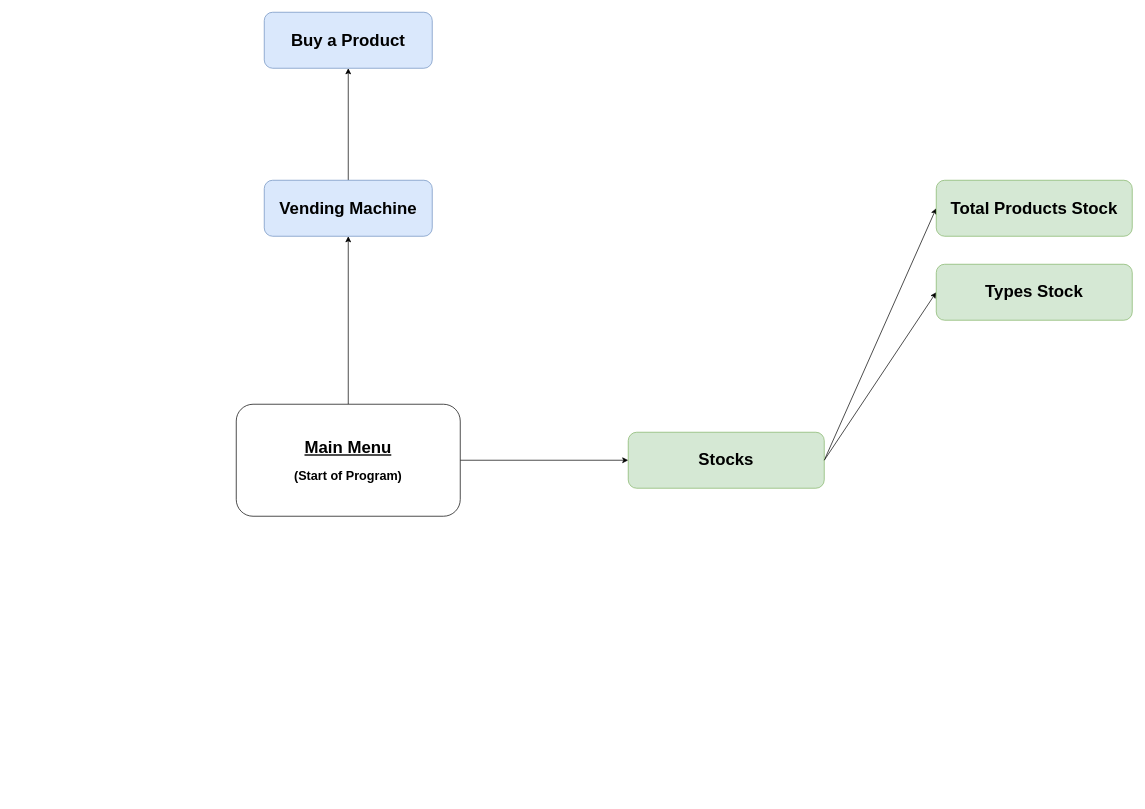
The draw.io diagram AlgoritmoseEstruturasdeDados/5.ProjetoFinal/Map.drawio in GendPh/Tesp, before the edit. Source tidied: cells renumbered, new cells numbered last; positions are measured from the earlier drawing's top-left corner, leaving out a move shared by most shapes. Both pictures are drawn from the tidied source at 70%, with x=0, y=0 at pixel (236, 12).
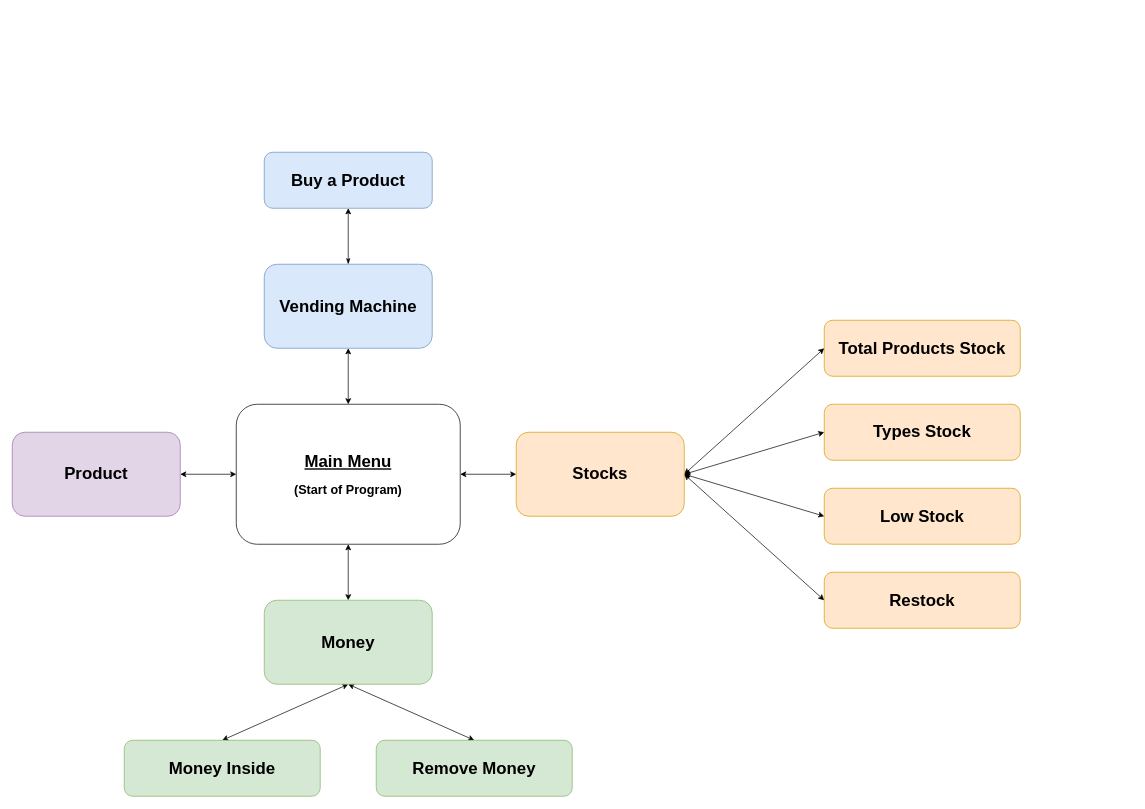
After the change.

Diff of the diagram source:
```diff
@@
-    <mxCell id="2" style="edgeStyle=orthogonalEdgeStyle;rounded=0;jettySize=auto;html=1;exitX=0.5;exitY=0;exitDx=0;exitDy=0;entryX=0.5;entryY=1;entryDx=0;entryDy=0;" parent="1" edge="1" source="4" target="6">
+    <mxCell id="2" style="edgeStyle=orthogonalEdgeStyle;rounded=0;jettySize=auto;html=1;exitX=0.5;exitY=0;exitDx=0;exitDy=0;entryX=0.5;entryY=1;entryDx=0;entryDy=0;startArrow=classic;startFill=1;" parent="1" edge="1" source="4" target="6">
       <mxGeometry relative="1" as="geometry" />
     </mxCell>
-    <mxCell id="3" style="edgeStyle=orthogonalEdgeStyle;rounded=0;jettySize=auto;html=1;entryX=0;entryY=0.5;entryDx=0;entryDy=0;" parent="1" edge="1" source="4" target="9">
+    <mxCell id="3" style="edgeStyle=orthogonalEdgeStyle;rounded=0;jettySize=auto;html=1;entryX=0;entryY=0.5;entryDx=0;entryDy=0;startArrow=classic;startFill=1;" parent="1" edge="1" source="4" target="9">
       <mxGeometry relative="1" as="geometry" />
     </mxCell>
+    <mxCell id="13" style="rounded=0;jettySize=auto;html=1;entryX=0.5;entryY=0;entryDx=0;entryDy=0;startArrow=classic;startFill=1;" parent="1" edge="1" source="4" target="21">
+      <mxGeometry relative="1" as="geometry" />
+    </mxCell>
+    <mxCell id="14" style="rounded=0;jettySize=auto;html=1;entryX=1;entryY=0.5;entryDx=0;entryDy=0;startArrow=classic;startFill=1;" parent="1" edge="1" source="4" target="24">
+      <mxGeometry relative="1" as="geometry" />
+    </mxCell>
     <mxCell id="4" value="&lt;h1&gt;&lt;u&gt;Main Menu&lt;/u&gt;&lt;/h1&gt;&lt;h2&gt;(Start of Program)&lt;/h2&gt;" style="rounded=1;whiteSpace=wrap;html=1;" parent="1" vertex="1">
-      <mxGeometry y="560" width="320" height="160" as="geometry" />
+      <mxGeometry y="560" width="320" height="200" as="geometry" />
     </mxCell>
-    <mxCell id="5" style="edgeStyle=orthogonalEdgeStyle;rounded=0;jettySize=auto;html=1;entryX=0.5;entryY=1;entryDx=0;entryDy=0;" parent="1" edge="1" source="6" target="7">
+    <mxCell id="5" style="edgeStyle=orthogonalEdgeStyle;rounded=0;jettySize=auto;html=1;entryX=0.5;entryY=1;entryDx=0;entryDy=0;startArrow=classicThin;startFill=1;" parent="1" edge="1" source="6" target="7">
       <mxGeometry relative="1" as="geometry" />
     </mxCell>
     <mxCell id="6" value="&lt;h1&gt;Vending Machine&lt;/h1&gt;" style="rounded=1;whiteSpace=wrap;html=1;fillColor=#dae8fc;strokeColor=#6c8ebf;" parent="1" vertex="1">
-      <mxGeometry x="40" y="240" width="240" height="80" as="geometry" />
+      <mxGeometry x="40" y="360" width="240" height="120" as="geometry" />
     </mxCell>
     <mxCell id="7" value="&lt;h1&gt;Buy a Product&lt;/h1&gt;" style="rounded=1;whiteSpace=wrap;html=1;fillColor=#dae8fc;strokeColor=#6c8ebf;" parent="1" vertex="1">
-      <mxGeometry x="40" width="240" height="80" as="geometry" />
+      <mxGeometry x="40" y="200" width="240" height="80" as="geometry" />
     </mxCell>
-    <mxCell id="8" style="rounded=0;jettySize=auto;html=1;entryX=0;entryY=0.5;entryDx=0;entryDy=0;exitX=1;exitY=0.5;exitDx=0;exitDy=0;" parent="1" edge="1" source="9" target="10">
-      <mxGeometry relative="1" as="geometry" />
+    <mxCell id="8" style="rounded=0;jettySize=auto;html=1;entryX=0;entryY=0.5;entryDx=0;entryDy=0;startArrow=classic;startFill=1;" parent="1" edge="1" target="10">
+      <mxGeometry relative="1" as="geometry">
+        <mxPoint x="640" y="660" as="sourcePoint" />
+      </mxGeometry>
     </mxCell>
-    <mxCell id="9" value="&lt;h1&gt;Stocks&lt;/h1&gt;" style="rounded=1;whiteSpace=wrap;html=1;fillColor=#d5e8d4;strokeColor=#82b366;" parent="1" vertex="1">
-      <mxGeometry x="560" y="600" width="280" height="80" as="geometry" />
+    <mxCell id="9" value="&lt;h1&gt;Stocks&lt;/h1&gt;" style="rounded=1;whiteSpace=wrap;html=1;fillColor=#ffe6cc;strokeColor=#d79b00;" parent="1" vertex="1">
+      <mxGeometry x="400" y="600" width="240" height="120" as="geometry" />
     </mxCell>
-    <mxCell id="10" value="&lt;h1&gt;Total Products Stock&lt;/h1&gt;" style="rounded=1;whiteSpace=wrap;html=1;fillColor=#d5e8d4;strokeColor=#82b366;" parent="1" vertex="1">
-      <mxGeometry x="1000" y="240" width="280" height="80" as="geometry" />
+    <mxCell id="10" value="&lt;h1&gt;Total Products Stock&lt;/h1&gt;" style="rounded=1;whiteSpace=wrap;html=1;fillColor=#ffe6cc;strokeColor=#d79b00;" parent="1" vertex="1">
+      <mxGeometry x="840" y="440" width="280" height="80" as="geometry" />
     </mxCell>
-    <mxCell id="11" style="rounded=0;jettySize=auto;html=1;entryX=0;entryY=0.5;entryDx=0;entryDy=0;exitX=1;exitY=0.5;exitDx=0;exitDy=0;" parent="1" edge="1" source="9" target="12">
+    <mxCell id="11" style="rounded=0;jettySize=auto;html=1;entryX=0;entryY=0.5;entryDx=0;entryDy=0;exitX=1;exitY=0.5;exitDx=0;exitDy=0;startArrow=classic;startFill=1;" parent="1" edge="1" source="9" target="12">
       <mxGeometry relative="1" as="geometry" />
     </mxCell>
-    <mxCell id="12" value="&lt;h1&gt;Types Stock&lt;/h1&gt;" style="rounded=1;whiteSpace=wrap;html=1;fillColor=#d5e8d4;strokeColor=#82b366;" parent="1" vertex="1">
-      <mxGeometry x="1000" y="360" width="280" height="80" as="geometry" />
+    <mxCell id="12" value="&lt;h1&gt;Types Stock&lt;/h1&gt;" style="rounded=1;whiteSpace=wrap;html=1;fillColor=#ffe6cc;strokeColor=#d79b00;" parent="1" vertex="1">
+      <mxGeometry x="840" y="560" width="280" height="80" as="geometry" />
     </mxCell>
+    <mxCell id="15" style="rounded=0;jettySize=auto;html=1;entryX=0;entryY=0.5;entryDx=0;entryDy=0;exitX=1;exitY=0.5;exitDx=0;exitDy=0;startArrow=classic;startFill=1;" parent="1" edge="1" source="9" target="16">
+      <mxGeometry relative="1" as="geometry" />
+    </mxCell>
+    <mxCell id="16" value="&lt;h1&gt;Low Stock&lt;/h1&gt;" style="rounded=1;whiteSpace=wrap;html=1;fillColor=#ffe6cc;strokeColor=#d79b00;" parent="1" vertex="1">
+      <mxGeometry x="840" y="680" width="280" height="80" as="geometry" />
+    </mxCell>
+    <mxCell id="17" style="rounded=0;jettySize=auto;html=1;entryX=0;entryY=0.5;entryDx=0;entryDy=0;exitX=1;exitY=0.5;exitDx=0;exitDy=0;startArrow=classic;startFill=1;" parent="1" edge="1" source="9" target="18">
+      <mxGeometry relative="1" as="geometry" />
+    </mxCell>
+    <mxCell id="18" value="&lt;h1&gt;Restock&lt;/h1&gt;" style="rounded=1;whiteSpace=wrap;html=1;fillColor=#ffe6cc;strokeColor=#d79b00;" parent="1" vertex="1">
+      <mxGeometry x="840" y="800" width="280" height="80" as="geometry" />
+    </mxCell>
+    <mxCell id="19" style="rounded=0;jettySize=auto;html=1;entryX=0.5;entryY=0;entryDx=0;entryDy=0;exitX=0.5;exitY=1;exitDx=0;exitDy=0;startArrow=classic;startFill=1;" parent="1" edge="1" source="21" target="23">
+      <mxGeometry relative="1" as="geometry" />
+    </mxCell>
+    <mxCell id="20" style="rounded=0;jettySize=auto;html=1;exitX=0.5;exitY=1;exitDx=0;exitDy=0;entryX=0.5;entryY=0;entryDx=0;entryDy=0;startArrow=classic;startFill=1;" parent="1" edge="1" source="21" target="22">
+      <mxGeometry relative="1" as="geometry" />
+    </mxCell>
+    <mxCell id="21" value="&lt;h1&gt;Money&lt;/h1&gt;" style="rounded=1;whiteSpace=wrap;html=1;fillColor=#d5e8d4;strokeColor=#82b366;" parent="1" vertex="1">
+      <mxGeometry x="40" y="840" width="240" height="120" as="geometry" />
+    </mxCell>
+    <mxCell id="22" value="&lt;h1&gt;Remove Money&lt;/h1&gt;" style="rounded=1;whiteSpace=wrap;html=1;fillColor=#d5e8d4;strokeColor=#82b366;" parent="1" vertex="1">
+      <mxGeometry x="200" y="1040" width="280" height="80" as="geometry" />
+    </mxCell>
+    <mxCell id="23" value="&lt;h1&gt;Money Inside&lt;/h1&gt;" style="rounded=1;whiteSpace=wrap;html=1;fillColor=#d5e8d4;strokeColor=#82b366;" parent="1" vertex="1">
+      <mxGeometry x="-160" y="1040" width="280" height="80" as="geometry" />
+    </mxCell>
+    <mxCell id="24" value="&lt;h1&gt;Product&lt;/h1&gt;" style="rounded=1;whiteSpace=wrap;html=1;fillColor=#e1d5e7;strokeColor=#9673a6;" parent="1" vertex="1">
+      <mxGeometry x="-320" y="600" width="240" height="120" as="geometry" />
+    </mxCell>
```
